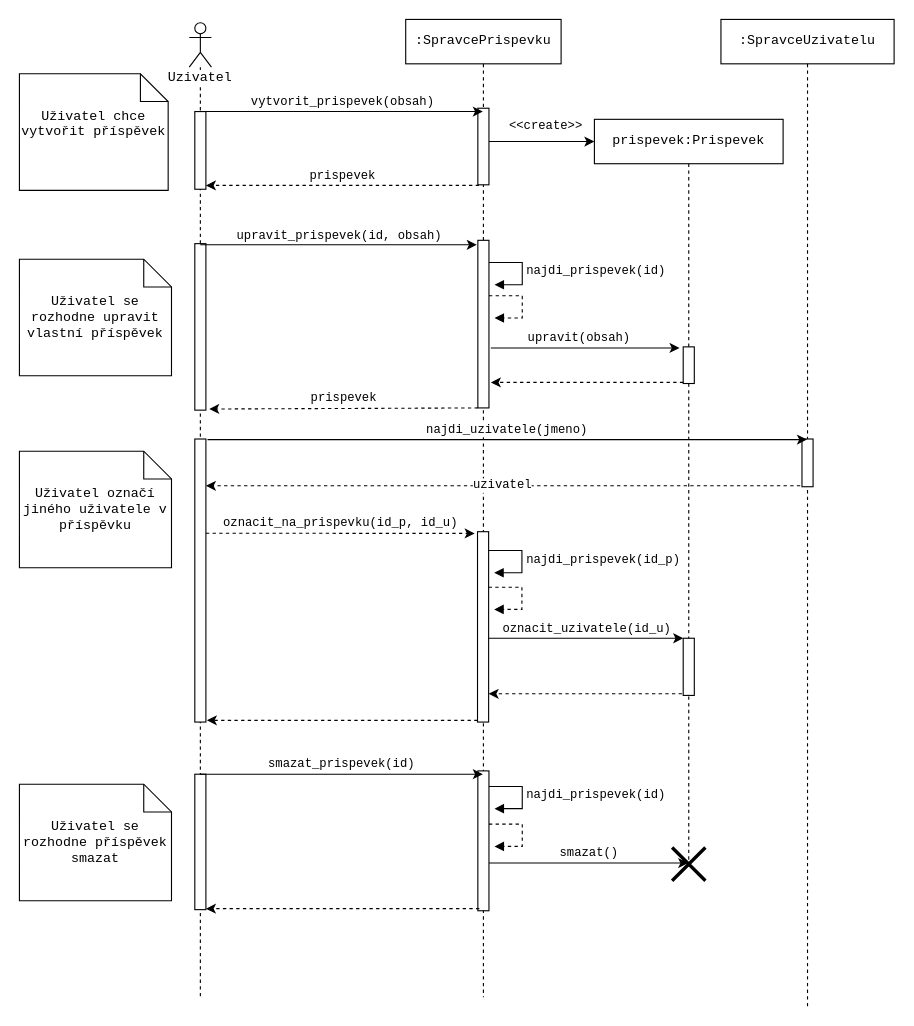
Before: sekvencni.drawio in JakubBlaha/projekt-IUS, a draw.io diagram. Source tidied: cells renumbered, new cells numbered last; positions are measured from the earlier drawing's top-left corner, leaving out a move shared by most shapes. Both pictures are drawn from the tidied source at 111%, with x=0, y=0 at pixel (19, 19).
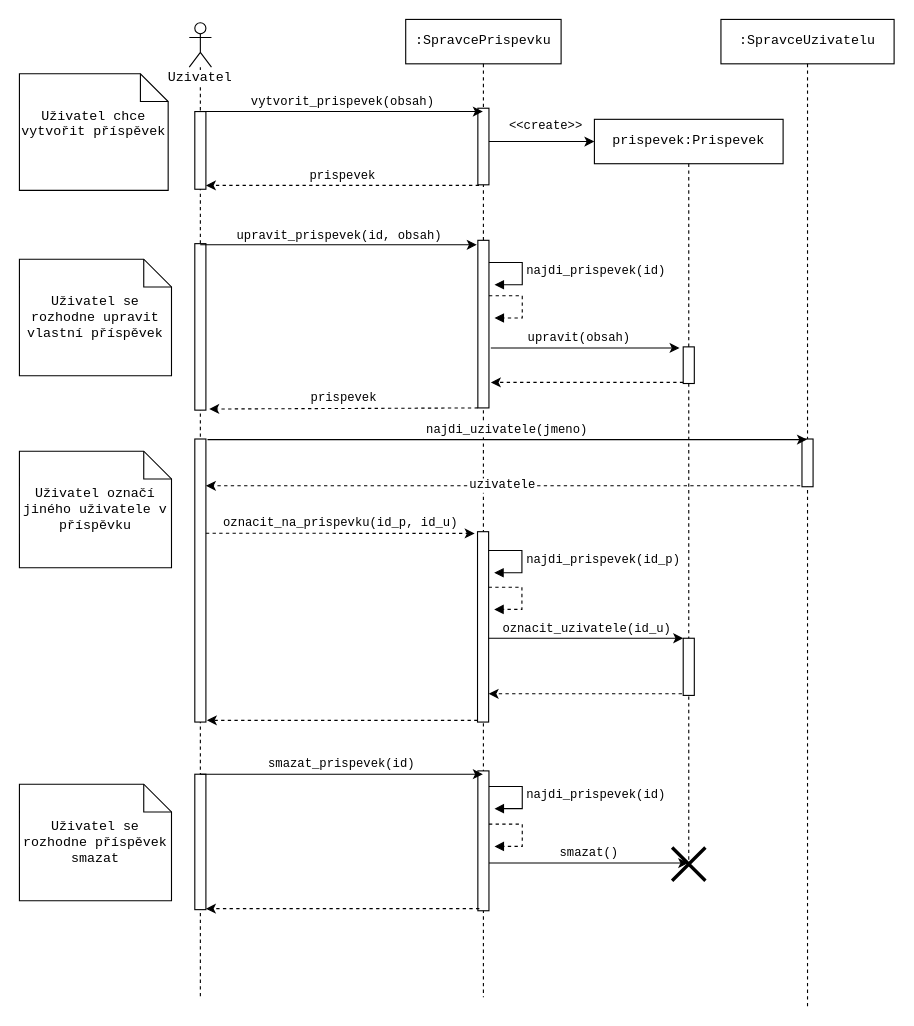
After the change.

The change refers to these unchanged cells:
```xml
<mxCell id="5" style="html=1;points=[];perimeter=orthogonalPerimeter;labelBackgroundColor=default;fontFamily=Courier New;fillColor=default;" parent="2" vertex="1">
  <mxGeometry x="5" y="375" width="10" height="255" as="geometry" />
</mxCell>
<mxCell id="40" style="html=1;points=[];perimeter=orthogonalPerimeter;labelBackgroundColor=default;fontFamily=Courier New;fillColor=default;" parent="39" vertex="1">
  <mxGeometry x="73" y="378" width="10" height="43" as="geometry" />
</mxCell>
```

What changed in the source:
```diff
@@
-    <mxCell id="43" value="uzivatel" style="edgeStyle=none;rounded=0;jettySize=auto;html=1;fontFamily=Courier New;endArrow=classic;endFill=1;endSize=6;targetPerimeterSpacing=0;dashed=1;exitX=-0.16;exitY=0.98;exitDx=0;exitDy=0;exitPerimeter=0;" parent="1" edge="1" source="40" target="5">
+    <mxCell id="43" value="uzivatele" style="edgeStyle=none;rounded=0;jettySize=auto;html=1;fontFamily=Courier New;endArrow=classic;endFill=1;endSize=6;targetPerimeterSpacing=0;dashed=1;exitX=-0.16;exitY=0.98;exitDx=0;exitDy=0;exitPerimeter=0;" parent="1" edge="1" source="40" target="5">
       <mxGeometry relative="1" as="geometry" />
     </mxCell>
```
